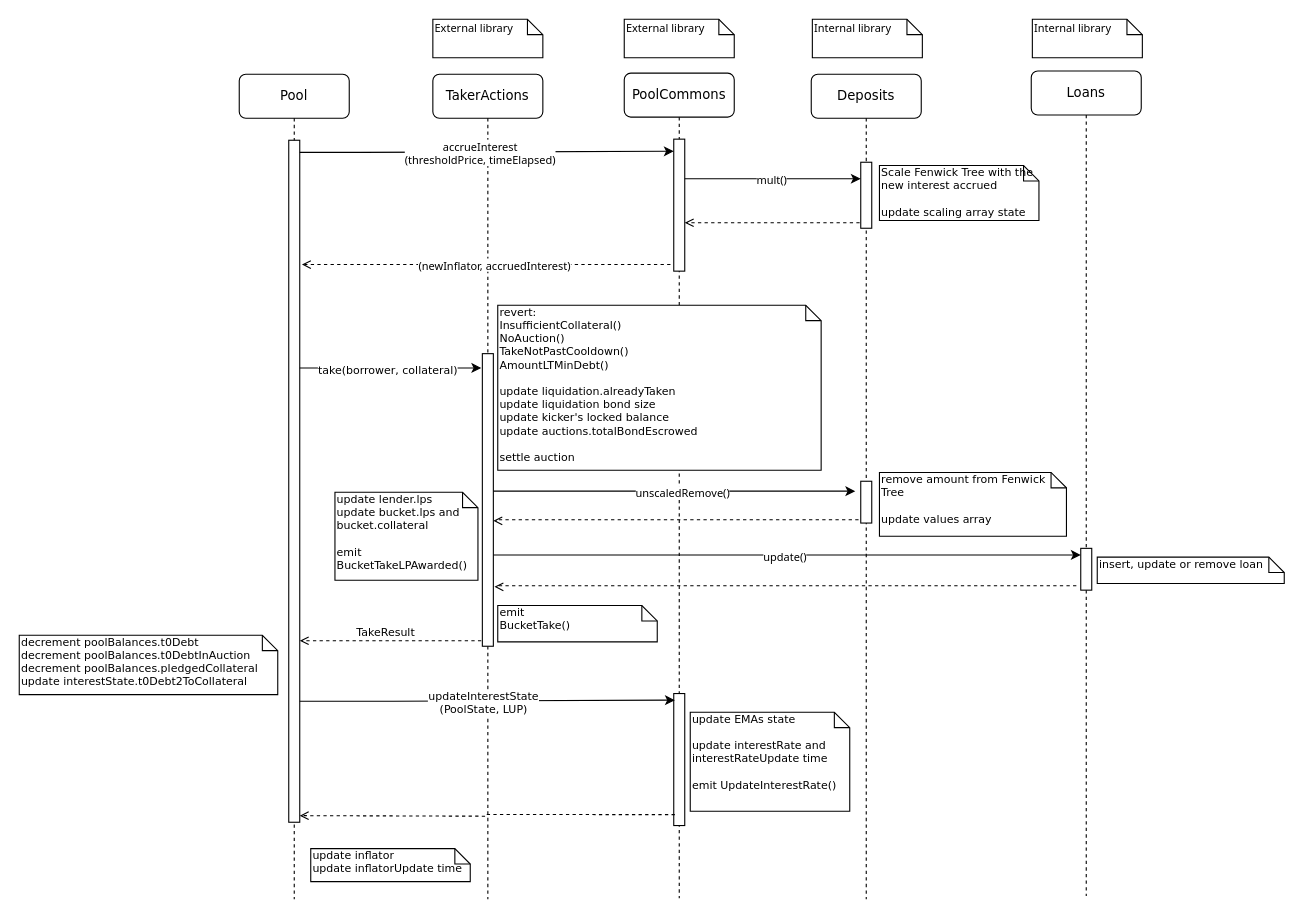
Earlier version of the draw.io diagram docs/drawio/bucketTake.drawio (ajna-finance/ajna-core). Source tidied: cells renumbered, new cells numbered last; positions are measured from the earlier drawing's top-left corner, leaving out a move shared by most shapes. Both pictures are drawn from the tidied source at 110%, with x=0, y=0 at pixel (19, 19).
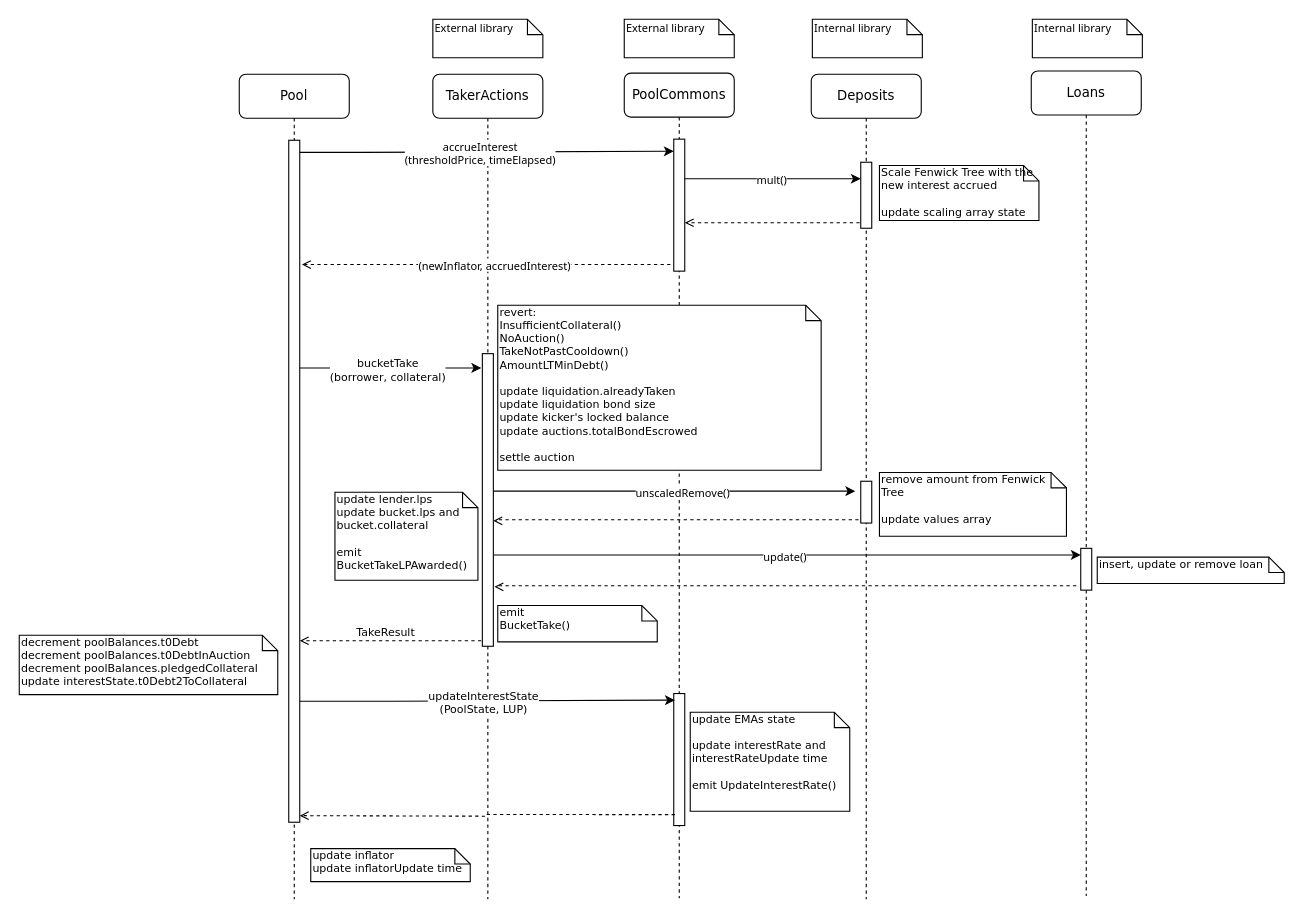
The same diagram, later.

Unchanged cells that the change refers to:
```xml
<mxCell id="24" style="edgeStyle=orthogonalEdgeStyle;rounded=0;orthogonalLoop=1;jettySize=auto;html=1;fontFamily=Verdana;fontSize=10;endArrow=classic;endFill=1;" parent="1" edge="1">
  <mxGeometry relative="1" as="geometry">
    <mxPoint x="255" y="317" as="sourcePoint" />
    <mxPoint x="420" y="317" as="targetPoint" />
    <Array as="points">
      <mxPoint x="290" y="317" />
      <mxPoint x="290" y="317" />
    </Array>
  </mxGeometry>
</mxCell>
```

What changed in the source:
```diff
@@
-    <mxCell id="25" value="take(borrower, collateral)" style="edgeLabel;html=1;align=center;verticalAlign=middle;fontSize=10;fontFamily=Verdana;" parent="24" vertex="1">
+    <mxCell id="25" value="&lt;div&gt;bucketTake&lt;/div&gt;&lt;div&gt;(borrower, collateral)&lt;/div&gt;" style="edgeLabel;html=1;align=center;verticalAlign=middle;fontSize=10;fontFamily=Verdana;" parent="24" vertex="1">
       <mxGeometry x="-0.15" y="-2" relative="1" as="geometry">
         <mxPoint x="9" y="-1" as="offset" />
       </mxGeometry>
     </mxCell>
```
